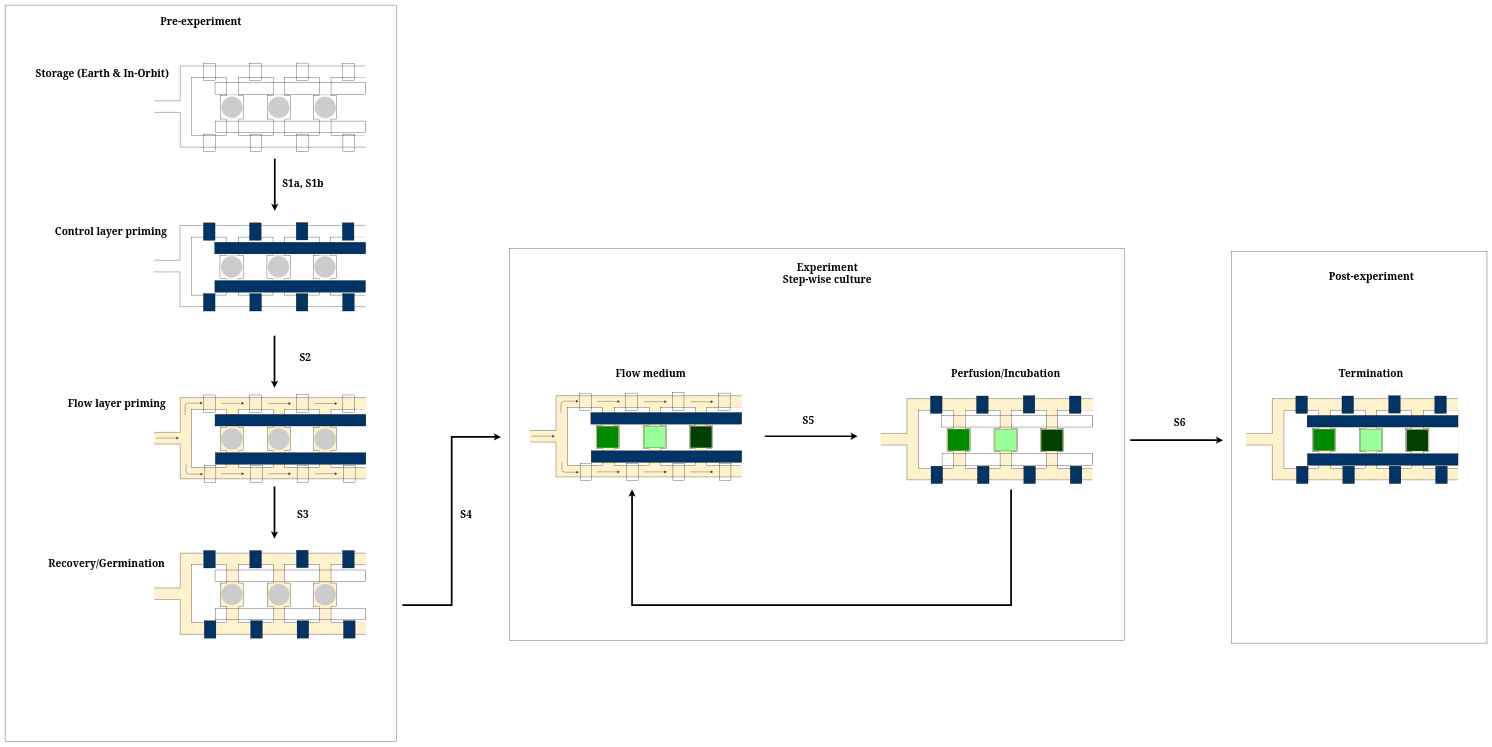
The draw.io diagram Experimental_mode_transitions.drawio in AcubeSAT/microfluidics, before the edit. Source tidied: cells renumbered, new cells numbered last; positions are measured from the earlier drawing's top-left corner, leaving out a move shared by most shapes. Both pictures are drawn from the tidied source at 29%, with x=0, y=0 at pixel (5, 5).
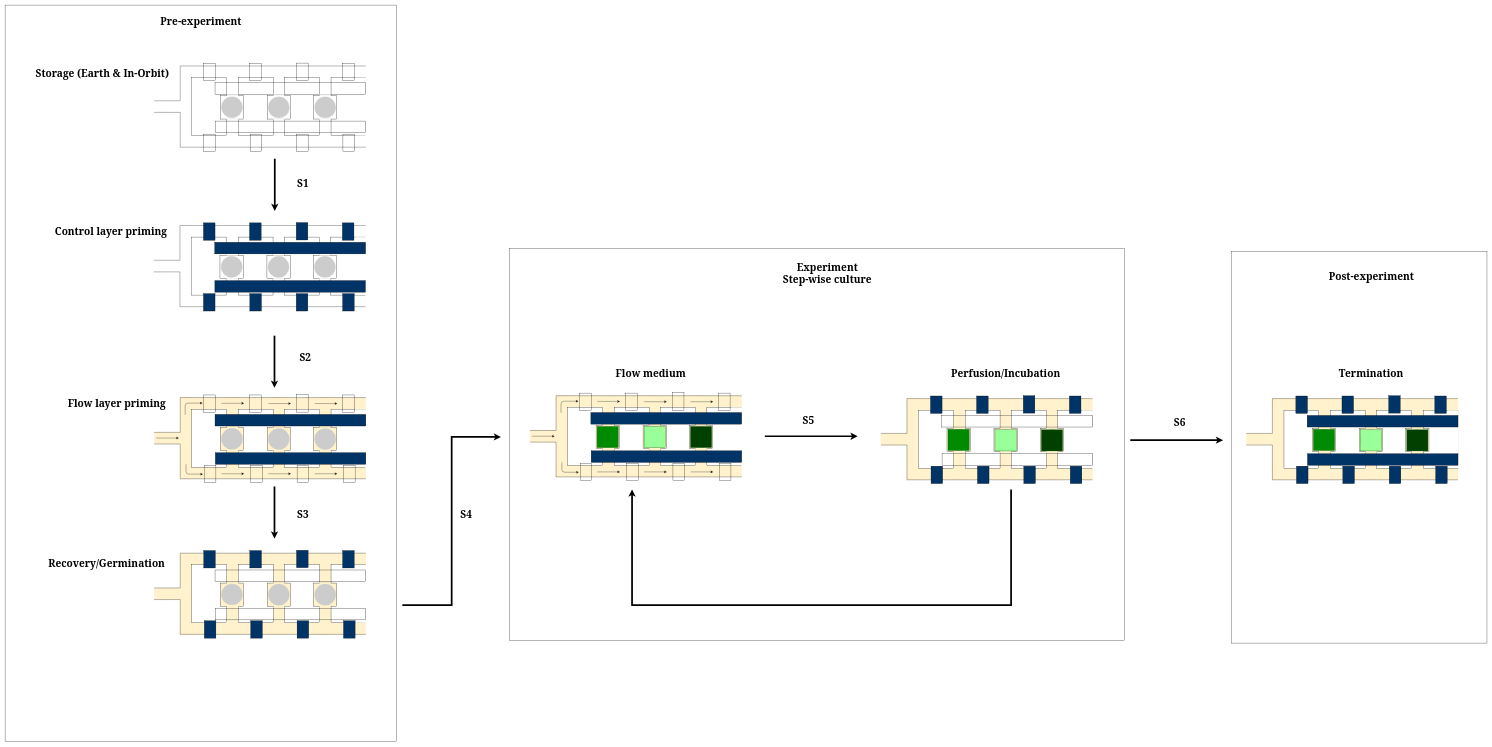
The same page after the edit.

The edit, as a diff of the source:
```diff
@@
-    <mxCell id="293" value="&lt;font style=&quot;font-size: 35px&quot;&gt;&lt;b&gt;&lt;font style=&quot;font-size: 35px&quot; face=&quot;Georgia&quot;&gt;S1a, S1b&lt;br&gt;&lt;/font&gt;&lt;/b&gt;&lt;/font&gt;" style="text;html=1;align=center;verticalAlign=middle;" parent="1" vertex="1">
-      <mxGeometry x="947" y="600" width="160" height="30" as="geometry" />
-    </mxCell>
@@
+    <mxCell id="299" value="&lt;font style=&quot;font-size: 35px&quot;&gt;&lt;b&gt;&lt;font style=&quot;font-size: 35px&quot; face=&quot;Georgia&quot;&gt;S1&lt;br&gt;&lt;/font&gt;&lt;/b&gt;&lt;/font&gt;" style="text;html=1;align=center;verticalAlign=middle;" parent="1" vertex="1">
+      <mxGeometry x="997" y="600" width="60" height="30" as="geometry" />
+    </mxCell>
```
